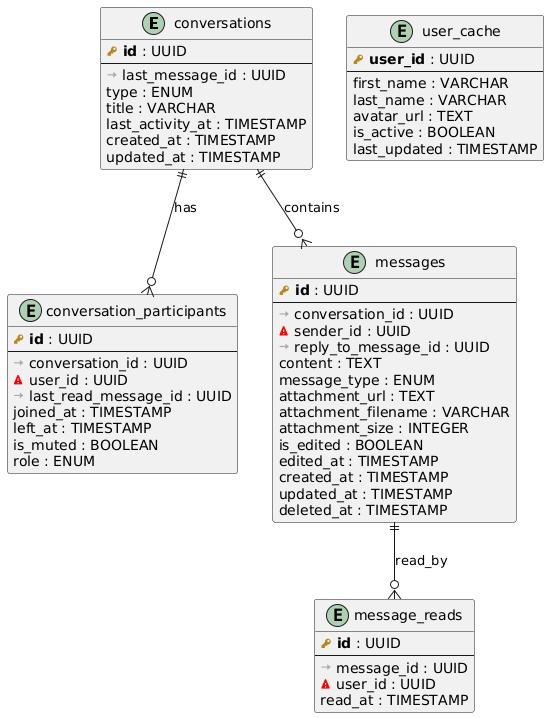
This is database/diagrams/message_service_UML.png from Cognizant-Summer-Practice-2025/Cognizant-Summer-Practice, a PlantUML export, as it was before one commit.
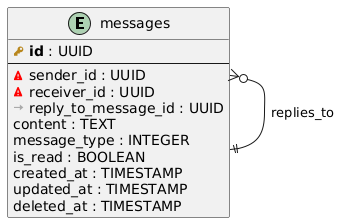
The same file after the commit.

Commit message:
simplified the messages database and created a index based function to return the last message from a conversation

Change to the diagram source:
```diff
@@ -4,66 +4,20 @@
 !define UNIQUE(x) <color:#green><&check></color> x
 !define EXTERNAL_REF(x) <color:#red><&warning></color> x
 
-entity "conversations" as conversations {
-  PRIMARY_KEY(id) : UUID
-  --
-  FOREIGN_KEY(last_message_id) : UUID
-  type : ENUM
-  title : VARCHAR
-  last_activity_at : TIMESTAMP
-  created_at : TIMESTAMP
-  updated_at : TIMESTAMP
-}
-
-entity "conversation_participants" as participants {
-  PRIMARY_KEY(id) : UUID
-  --
-  FOREIGN_KEY(conversation_id) : UUID
-  EXTERNAL_REF(user_id) : UUID
-  FOREIGN_KEY(last_read_message_id) : UUID
-  joined_at : TIMESTAMP
-  left_at : TIMESTAMP
-  is_muted : BOOLEAN
-  role : ENUM
-}
 
 entity "messages" as messages {
   PRIMARY_KEY(id) : UUID
   --
-  FOREIGN_KEY(conversation_id) : UUID
   EXTERNAL_REF(sender_id) : UUID
+  EXTERNAL_REF(receiver_id) : UUID
   FOREIGN_KEY(reply_to_message_id) : UUID
   content : TEXT
-  message_type : ENUM
-  attachment_url : TEXT
-  attachment_filename : VARCHAR
-  attachment_size : INTEGER
-  is_edited : BOOLEAN
-  edited_at : TIMESTAMP
+  message_type : INTEGER
+  is_read : BOOLEAN
   created_at : TIMESTAMP
   updated_at : TIMESTAMP
   deleted_at : TIMESTAMP
 }
 
-entity "message_reads" as message_reads {
-  PRIMARY_KEY(id) : UUID
-  --
-  FOREIGN_KEY(message_id) : UUID
-  EXTERNAL_REF(user_id) : UUID
-  read_at : TIMESTAMP
-}
-
-entity "user_cache" as user_cache {
-  PRIMARY_KEY(user_id) : UUID
-  --
-  first_name : VARCHAR
-  last_name : VARCHAR
-  avatar_url : TEXT
-  is_active : BOOLEAN
-  last_updated : TIMESTAMP
-}
-
-conversations ||--o{ participants : "has"
-conversations ||--o{ messages : "contains"
-messages ||--o{ message_reads : "read_by"
+messages }o--|| messages : "replies_to"
 @enduml
```
